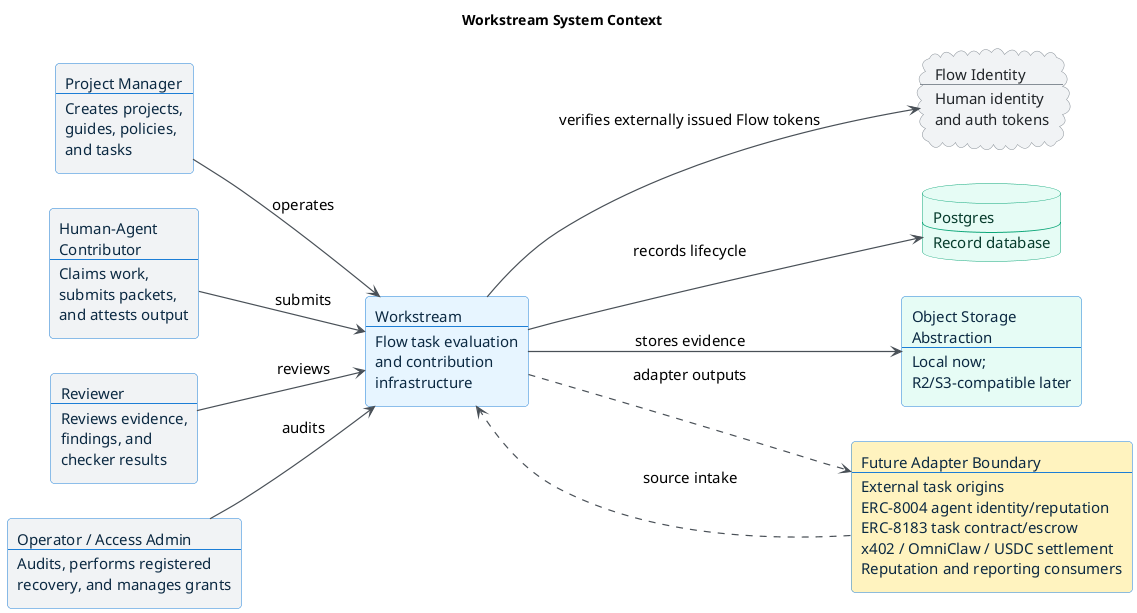
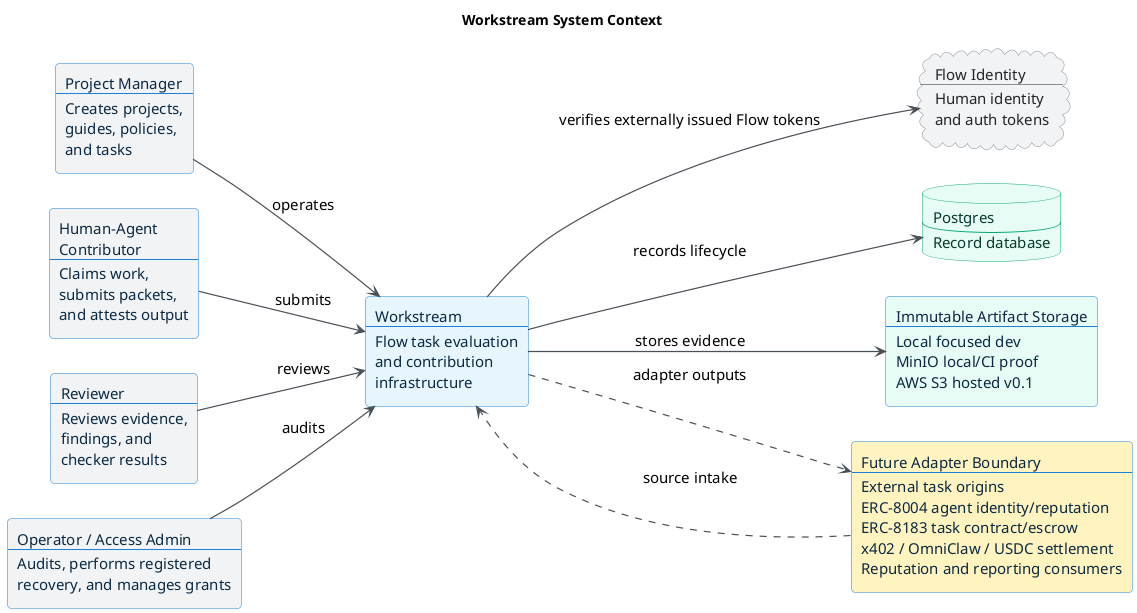
@startuml workstream_context
title Workstream System Context

left to right direction

skinparam backgroundColor #FFFFFF
skinparam shadowing false
skinparam roundcorner 8
skinparam defaultFontName Arial
skinparam defaultFontSize 15
skinparam ArrowColor #495057
skinparam ArrowThickness 1.2
skinparam packageStyle rectangle
skinparam rectangle {
  BorderColor #1C7ED6
  BackgroundColor #E7F5FF
  FontColor #0B2942
}
skinparam database {
  BorderColor #0CA678
  BackgroundColor #E6FCF5
  FontColor #063B2C
}
skinparam cloud {
  BorderColor #868E96
  BackgroundColor #F1F3F5
  FontColor #212529
}

rectangle "Project Manager\n----\nCreates projects,\nguides, policies,\nand tasks" as project_manager #F1F3F5
rectangle "Human-Agent\nContributor\n----\nClaims work,\nsubmits packets,\nand attests output" as contributor #F1F3F5
rectangle "Reviewer\n----\nReviews evidence,\nfindings, and\nchecker results" as reviewer #F1F3F5
rectangle "Operator / Access Admin\n----\nAudits, performs registered\nrecovery, and manages grants" as operator #F1F3F5

rectangle "Workstream\n----\nFlow task evaluation\nand contribution\ninfrastructure" as workstream #E7F5FF

cloud "Flow Identity\n----\nHuman identity\nand auth tokens" as flow_auth
database "Postgres\n----\nRecord database" as postgres
- rectangle "Object Storage\nAbstraction\n----\nLocal now;\nR2/S3-compatible later" as storage #E6FCF5
+ rectangle "Immutable Artifact Storage\n----\nLocal focused dev\nMinIO local/CI proof\nAWS S3 hosted v0.1" as storage #E6FCF5

rectangle "Future Adapter Boundary\n----\nExternal task origins\nERC-8004 agent identity/reputation\nERC-8183 task contract/escrow\nx402 / OmniClaw / USDC settlement\nReputation and reporting consumers" as future_boundary #FFF3BF

project_manager --> workstream : operates
contributor --> workstream : submits
reviewer --> workstream : reviews
operator --> workstream : audits

workstream --> flow_auth : verifies externally issued Flow tokens
workstream --> postgres : records lifecycle
workstream --> storage : stores evidence

future_boundary ..> workstream : source intake
workstream ..> future_boundary : adapter outputs

@enduml
